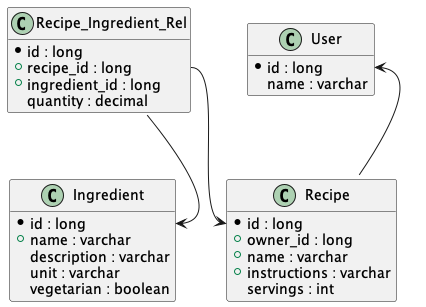
The PlantUML diagram documentation/images/data-model.png in brunasti/recipes-application, before a commit. The source it was exported from:
```plantuml
@startuml


hide method

class User
{
    * id : long
    name : varchar
}

class Recipe
{
    * id : long
    + owner_id : long
    + name : varchar
    + instructions : varchar
    servings : int
}

class Ingredient
{
    * id : long
    + name : varchar
    description : varchar
    unit : varchar
    vegetarian : boolean
}


Recipe::owner_user_id -u-> User::id


class Recipe_Ingredient_Rel {
    * id : long
    + recipe_id : long
    + ingredient_id : long
    quantity : decimal
}

Recipe::id <-u- Recipe_Ingredient_Rel::recipe_id
Ingredient::id <-u- Recipe_Ingredient_Rel::product_id


@enduml
```
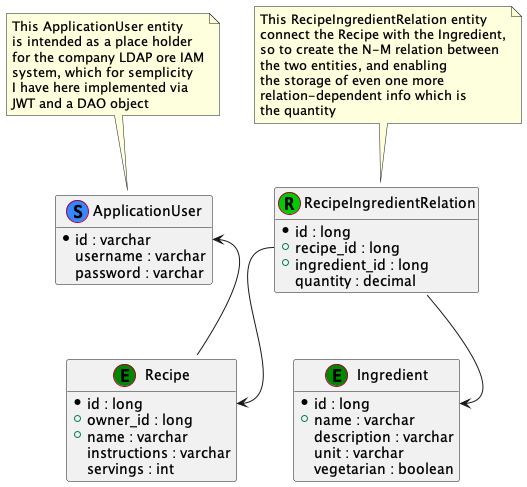
Later version of the same file.

What changed in the source:
```diff
@@ -3,22 +3,32 @@
 
 hide method
 
-class User
+class User as "ApplicationUser" << (S,#3388FF) >>
 {
-    * id : long
-    name : varchar
+    * id : varchar
+    username : varchar
+    password : varchar
 }
 
-class Recipe
+note top of User
+ This ApplicationUser entity
+ is intended as a place holder
+ for the company LDAP ore IAM
+ system, which for semplicity
+ I have here implemented via
+ JWT and a DAO object
+end note
+
+class Recipe << (E,#008800) >>
 {
     * id : long
     + owner_id : long
     + name : varchar
-    + instructions : varchar
+    instructions : varchar
     servings : int
 }
 
-class Ingredient
+class Ingredient << (E,#008800) >>
 {
     * id : long
     + name : varchar
@@ -31,15 +41,27 @@
 Recipe::owner_user_id -u-> User::id
 
 
-class Recipe_Ingredient_Rel {
+class RecipeIngredientRelation  << (R,#00CC00) >>
+ {
     * id : long
     + recipe_id : long
     + ingredient_id : long
     quantity : decimal
 }
 
-Recipe::id <-u- Recipe_Ingredient_Rel::recipe_id
-Ingredient::id <-u- Recipe_Ingredient_Rel::product_id
+note top of RecipeIngredientRelation
+ This RecipeIngredientRelation entity
+ connect the Recipe with the Ingredient,
+ so to create the N-M relation between
+ the two entities, and enabling
+ the storage of even one more
+ relation-dependent info which is
+ the quantity
+end note
+
+
+Recipe::id <-u- RecipeIngredientRelation::recipe_id
+Ingredient::id <-u- RecipeIngredientRelation::product_id
 
 
 @enduml
```
